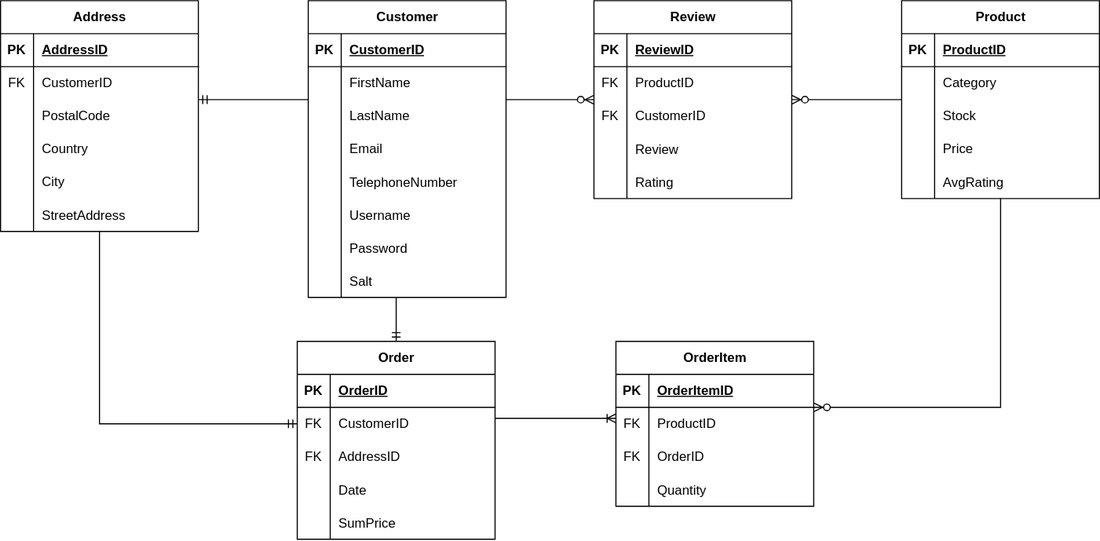
Earlier version of the draw.io export erd.svg (viktormandlbauer/webshop). Source tidied: cells renumbered, new cells last; positions are measured from the earlier drawing's top-left corner, leaving out a move shared by most shapes.
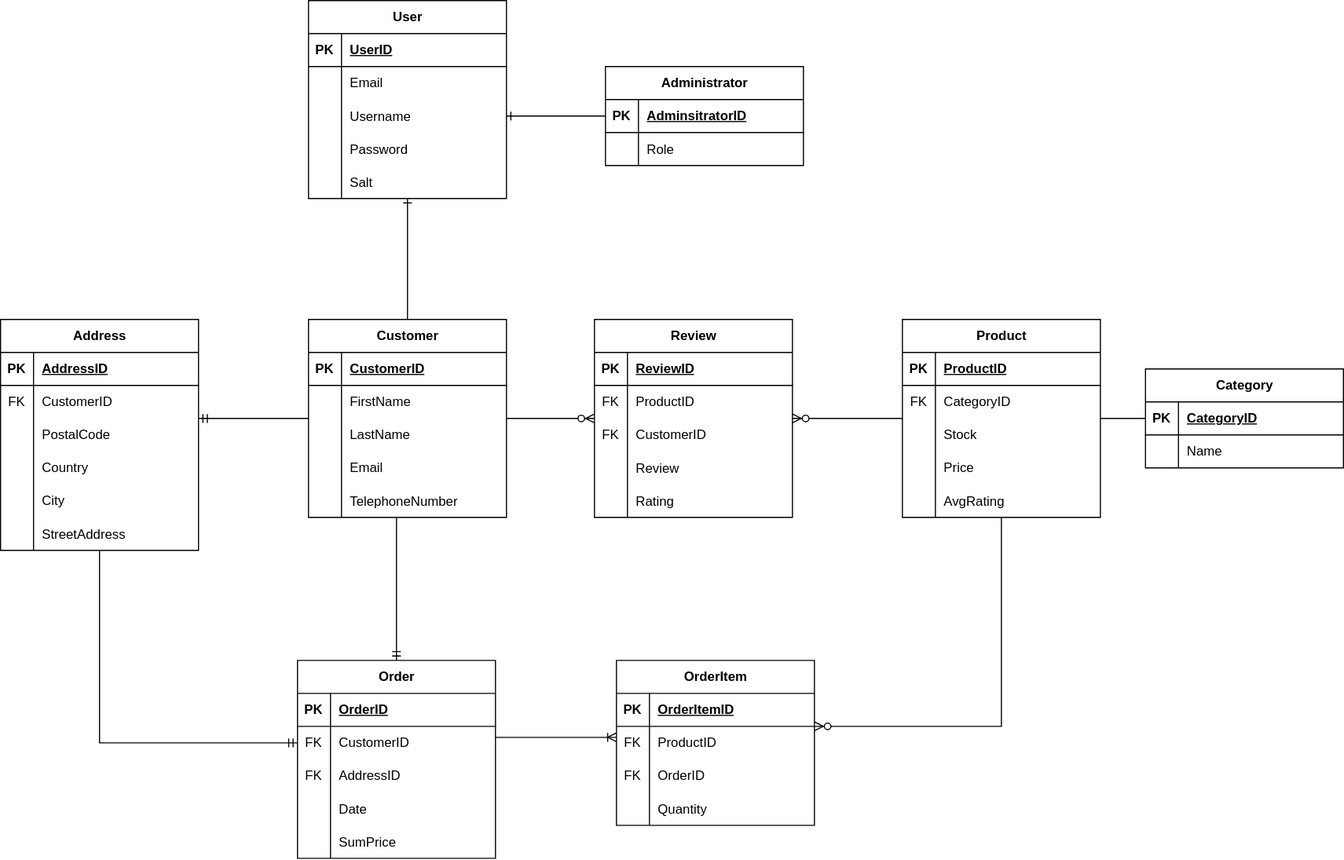
The same diagram one commit later.

What changed in the source:
```diff
@@ -17,10 +17,10 @@
     <mxCell id="6" style="shape=tableRow;horizontal=0;startSize=0;swimlaneHead=0;swimlaneBody=0;fillColor=none;top=0;left=0;right=0;bottom=0;" parent="2" vertex="1">
       <mxGeometry y="60" width="180" height="30" as="geometry" />
     </mxCell>
-    <mxCell id="7" style="shape=partialRectangle;fillColor=none;top=0;left=0;bottom=0;right=0;overflow=hidden;whiteSpace=wrap;html=1;" parent="6" vertex="1">
+    <mxCell id="7" value="FK" style="shape=partialRectangle;fillColor=none;top=0;left=0;bottom=0;right=0;overflow=hidden;whiteSpace=wrap;html=1;" parent="6" vertex="1">
       <mxGeometry width="30" height="30" as="geometry" />
     </mxCell>
-    <mxCell id="8" value="Category" style="shape=partialRectangle;fillColor=none;top=0;left=0;bottom=0;right=0;align=left;spacingLeft=6;overflow=hidden;whiteSpace=wrap;html=1;" parent="6" vertex="1">
+    <mxCell id="8" value="CategoryID" style="shape=partialRectangle;fillColor=none;top=0;left=0;bottom=0;right=0;align=left;spacingLeft=6;overflow=hidden;whiteSpace=wrap;html=1;" parent="6" vertex="1">
       <mxGeometry x="30" width="150" height="30" as="geometry" />
     </mxCell>
     <mxCell id="9" style="shape=tableRow;horizontal=0;startSize=0;swimlaneHead=0;swimlaneBody=0;fillColor=none;top=0;left=0;right=0;bottom=0;" parent="2" vertex="1">
@@ -138,7 +138,7 @@
       <mxGeometry x="30" width="150" height="30" as="geometry" />
     </mxCell>
     <mxCell id="47" value="Customer" style="shape=table;startSize=30;rowLines=0;fontStyle=1;align=center;html=1;" parent="1" vertex="1">
-      <mxGeometry x="280" width="180" height="270" as="geometry" />
+      <mxGeometry x="280" width="180" height="180" as="geometry" />
     </mxCell>
     <mxCell id="48" style="shape=tableRow;horizontal=0;startSize=0;swimlaneHead=0;swimlaneBody=0;fillColor=none;top=0;left=0;right=0;bottom=1;" parent="47" vertex="1">
       <mxGeometry y="30" width="180" height="30" as="geometry" />
@@ -185,33 +185,6 @@
     <mxCell id="62" value="TelephoneNumber" style="shape=partialRectangle;fillColor=none;top=0;left=0;bottom=0;right=0;align=left;spacingLeft=6;overflow=hidden;" parent="60" vertex="1">
       <mxGeometry x="30" width="150" height="30" as="geometry" />
     </mxCell>
-    <mxCell id="63" style="shape=tableRow;horizontal=0;startSize=0;swimlaneHead=0;swimlaneBody=0;fillColor=none;top=0;left=0;right=0;bottom=0;" parent="47" vertex="1">
-      <mxGeometry y="180" width="180" height="30" as="geometry" />
-    </mxCell>
-    <mxCell id="64" style="shape=partialRectangle;fillColor=none;top=0;left=0;bottom=0;right=0;overflow=hidden;" parent="63" vertex="1">
-      <mxGeometry width="30" height="30" as="geometry" />
-    </mxCell>
-    <mxCell id="65" value="Username" style="shape=partialRectangle;fillColor=none;top=0;left=0;bottom=0;right=0;align=left;spacingLeft=6;overflow=hidden;" parent="63" vertex="1">
-      <mxGeometry x="30" width="150" height="30" as="geometry" />
-    </mxCell>
-    <mxCell id="66" style="shape=tableRow;horizontal=0;startSize=0;swimlaneHead=0;swimlaneBody=0;fillColor=none;top=0;left=0;right=0;bottom=0;" parent="47" vertex="1">
-      <mxGeometry y="210" width="180" height="30" as="geometry" />
-    </mxCell>
-    <mxCell id="67" style="shape=partialRectangle;fillColor=none;top=0;left=0;bottom=0;right=0;overflow=hidden;" parent="66" vertex="1">
-      <mxGeometry width="30" height="30" as="geometry" />
-    </mxCell>
-    <mxCell id="68" value="Password" style="shape=partialRectangle;fillColor=none;top=0;left=0;bottom=0;right=0;align=left;spacingLeft=6;overflow=hidden;" parent="66" vertex="1">
-      <mxGeometry x="30" width="150" height="30" as="geometry" />
-    </mxCell>
-    <mxCell id="69" style="shape=tableRow;horizontal=0;startSize=0;swimlaneHead=0;swimlaneBody=0;fillColor=none;top=0;left=0;right=0;bottom=0;" parent="47" vertex="1">
-      <mxGeometry y="240" width="180" height="30" as="geometry" />
-    </mxCell>
-    <mxCell id="70" style="shape=partialRectangle;fillColor=none;top=0;left=0;bottom=0;right=0;overflow=hidden;" parent="69" vertex="1">
-      <mxGeometry width="30" height="30" as="geometry" />
-    </mxCell>
-    <mxCell id="71" value="Salt" style="shape=partialRectangle;fillColor=none;top=0;left=0;bottom=0;right=0;align=left;spacingLeft=6;overflow=hidden;" parent="69" vertex="1">
-      <mxGeometry x="30" width="150" height="30" as="geometry" />
-    </mxCell>
     <mxCell id="72" value="Review" style="shape=table;startSize=30;rowLines=0;fontStyle=1;align=center;html=1;" parent="1" vertex="1">
       <mxGeometry x="540" width="180" height="180" as="geometry" />
     </mxCell>
@@ -371,5 +344,109 @@
         </Array>
       </mxGeometry>
     </mxCell>
+    <mxCell id="114" value="Category" style="shape=table;startSize=30;rowLines=0;fontStyle=1;align=center;html=1;" parent="1" vertex="1">
+      <mxGeometry x="1041" y="45" width="180" height="90" as="geometry" />
+    </mxCell>
+    <mxCell id="115" style="shape=tableRow;horizontal=0;startSize=0;swimlaneHead=0;swimlaneBody=0;fillColor=none;top=0;left=0;right=0;bottom=1;" parent="114" vertex="1">
+      <mxGeometry y="30" width="180" height="30" as="geometry" />
+    </mxCell>
+    <mxCell id="116" value="PK" style="shape=partialRectangle;fillColor=none;top=0;left=0;bottom=0;right=0;fontStyle=1;overflow=hidden;whiteSpace=wrap;html=1;" parent="115" vertex="1">
+      <mxGeometry width="30" height="30" as="geometry" />
+    </mxCell>
+    <mxCell id="117" value="CategoryID" style="shape=partialRectangle;fillColor=none;top=0;left=0;bottom=0;right=0;align=left;spacingLeft=6;fontStyle=5;overflow=hidden;whiteSpace=wrap;html=1;" parent="115" vertex="1">
+      <mxGeometry x="30" width="150" height="30" as="geometry" />
+    </mxCell>
+    <mxCell id="118" style="shape=tableRow;horizontal=0;startSize=0;swimlaneHead=0;swimlaneBody=0;fillColor=none;top=0;left=0;right=0;bottom=0;" parent="114" vertex="1">
+      <mxGeometry y="60" width="180" height="30" as="geometry" />
+    </mxCell>
+    <mxCell id="119" style="shape=partialRectangle;fillColor=none;top=0;left=0;bottom=0;right=0;overflow=hidden;whiteSpace=wrap;html=1;" parent="118" vertex="1">
+      <mxGeometry width="30" height="30" as="geometry" />
+    </mxCell>
+    <mxCell id="120" value="Name" style="shape=partialRectangle;fillColor=none;top=0;left=0;bottom=0;right=0;align=left;spacingLeft=6;overflow=hidden;whiteSpace=wrap;html=1;" parent="118" vertex="1">
+      <mxGeometry x="30" width="150" height="30" as="geometry" />
+    </mxCell>
+    <mxCell id="121" style="endArrow=none;html=1;rounded=0;" parent="1" edge="1" source="2" target="114">
+      <mxGeometry relative="1" as="geometry" />
+    </mxCell>
+    <mxCell id="122" value="User" style="shape=table;startSize=30;rowLines=0;fontStyle=1;align=center;html=1;" parent="1" vertex="1">
+      <mxGeometry x="280" y="-290" width="180" height="180" as="geometry" />
+    </mxCell>
+    <mxCell id="123" style="shape=tableRow;horizontal=0;startSize=0;swimlaneHead=0;swimlaneBody=0;fillColor=none;top=0;left=0;right=0;bottom=1;" parent="122" vertex="1">
+      <mxGeometry y="30" width="180" height="30" as="geometry" />
+    </mxCell>
+    <mxCell id="124" value="PK" style="shape=partialRectangle;fillColor=none;top=0;left=0;bottom=0;right=0;fontStyle=1;overflow=hidden;whiteSpace=wrap;html=1;" parent="123" vertex="1">
+      <mxGeometry width="30" height="30" as="geometry" />
+    </mxCell>
+    <mxCell id="125" value="UserID" style="shape=partialRectangle;fillColor=none;top=0;left=0;bottom=0;right=0;align=left;spacingLeft=6;fontStyle=5;overflow=hidden;whiteSpace=wrap;html=1;" parent="123" vertex="1">
+      <mxGeometry x="30" width="150" height="30" as="geometry" />
+    </mxCell>
+    <mxCell id="126" style="shape=tableRow;horizontal=0;startSize=0;swimlaneHead=0;swimlaneBody=0;fillColor=none;top=0;left=0;right=0;bottom=0;" parent="122" vertex="1">
+      <mxGeometry y="60" width="180" height="30" as="geometry" />
+    </mxCell>
+    <mxCell id="127" style="shape=partialRectangle;fillColor=none;top=0;left=0;bottom=0;right=0;overflow=hidden;whiteSpace=wrap;html=1;" parent="126" vertex="1">
+      <mxGeometry width="30" height="30" as="geometry" />
+    </mxCell>
+    <mxCell id="128" value="Email" style="shape=partialRectangle;fillColor=none;top=0;left=0;bottom=0;right=0;align=left;spacingLeft=6;overflow=hidden;whiteSpace=wrap;html=1;" parent="126" vertex="1">
+      <mxGeometry x="30" width="150" height="30" as="geometry" />
+    </mxCell>
+    <mxCell id="129" style="shape=tableRow;horizontal=0;startSize=0;swimlaneHead=0;swimlaneBody=0;fillColor=none;points=[[0,0.5],[1,0.5]];portConstraint=eastwest;top=0;left=0;right=0;bottom=0;" parent="122" vertex="1">
+      <mxGeometry y="90" width="180" height="30" as="geometry" />
+    </mxCell>
+    <mxCell id="130" style="shape=partialRectangle;fillColor=none;top=0;left=0;bottom=0;right=0;overflow=hidden;" parent="129" vertex="1">
+      <mxGeometry width="30" height="30" as="geometry" />
+    </mxCell>
+    <mxCell id="65" value="Username" style="shape=partialRectangle;fillColor=none;top=0;left=0;bottom=0;right=0;align=left;spacingLeft=6;overflow=hidden;" parent="129" vertex="1">
+      <mxGeometry x="30" width="150" height="30" as="geometry" />
+    </mxCell>
+    <mxCell id="131" style="shape=tableRow;horizontal=0;startSize=0;swimlaneHead=0;swimlaneBody=0;fillColor=none;top=0;left=0;right=0;bottom=0;" parent="122" vertex="1">
+      <mxGeometry y="120" width="180" height="30" as="geometry" />
+    </mxCell>
+    <mxCell id="132" style="shape=partialRectangle;fillColor=none;top=0;left=0;bottom=0;right=0;overflow=hidden;" parent="131" vertex="1">
+      <mxGeometry width="30" height="30" as="geometry" />
+    </mxCell>
+    <mxCell id="68" value="Password" style="shape=partialRectangle;fillColor=none;top=0;left=0;bottom=0;right=0;align=left;spacingLeft=6;overflow=hidden;" parent="131" vertex="1">
+      <mxGeometry x="30" width="150" height="30" as="geometry" />
+    </mxCell>
+    <mxCell id="133" style="shape=tableRow;horizontal=0;startSize=0;swimlaneHead=0;swimlaneBody=0;fillColor=none;points=[[0,0.5],[1,0.5]];portConstraint=eastwest;top=0;left=0;right=0;bottom=0;" parent="122" vertex="1">
+      <mxGeometry y="150" width="180" height="30" as="geometry" />
+    </mxCell>
+    <mxCell id="134" style="shape=partialRectangle;fillColor=none;top=0;left=0;bottom=0;right=0;overflow=hidden;" parent="133" vertex="1">
+      <mxGeometry width="30" height="30" as="geometry" />
+    </mxCell>
+    <mxCell id="71" value="Salt" style="shape=partialRectangle;fillColor=none;top=0;left=0;bottom=0;right=0;align=left;spacingLeft=6;overflow=hidden;" parent="133" vertex="1">
+      <mxGeometry x="30" width="150" height="30" as="geometry" />
+    </mxCell>
+    <mxCell id="135" value="Administrator" style="shape=table;startSize=30;rowLines=0;fontStyle=1;align=center;html=1;" parent="1" vertex="1">
+      <mxGeometry x="550" y="-230" width="180" height="90" as="geometry" />
+    </mxCell>
+    <mxCell id="136" style="shape=tableRow;horizontal=0;startSize=0;swimlaneHead=0;swimlaneBody=0;fillColor=none;points=[[0,0.5],[1,0.5]];portConstraint=eastwest;top=0;left=0;right=0;bottom=1;" parent="135" vertex="1">
+      <mxGeometry y="30" width="180" height="30" as="geometry" />
+    </mxCell>
+    <mxCell id="137" value="PK" style="shape=partialRectangle;fillColor=none;top=0;left=0;bottom=0;right=0;fontStyle=1;overflow=hidden;whiteSpace=wrap;html=1;" parent="136" vertex="1">
+      <mxGeometry width="30" height="30" as="geometry" />
+    </mxCell>
+    <mxCell id="138" value="AdminsitratorID" style="shape=partialRectangle;fillColor=none;top=0;left=0;bottom=0;right=0;align=left;spacingLeft=6;fontStyle=5;overflow=hidden;whiteSpace=wrap;html=1;" parent="136" vertex="1">
+      <mxGeometry x="30" width="150" height="30" as="geometry" />
+    </mxCell>
+    <mxCell id="139" style="shape=tableRow;horizontal=0;startSize=0;swimlaneHead=0;swimlaneBody=0;fillColor=none;top=0;left=0;right=0;bottom=0;" parent="135" vertex="1">
+      <mxGeometry y="60" width="180" height="30" as="geometry" />
+    </mxCell>
+    <mxCell id="140" style="shape=partialRectangle;fillColor=none;top=0;left=0;bottom=0;right=0;overflow=hidden;" parent="139" vertex="1">
+      <mxGeometry width="30" height="30" as="geometry" />
+    </mxCell>
+    <mxCell id="141" value="Role" style="shape=partialRectangle;fillColor=none;top=0;left=0;bottom=0;right=0;align=left;spacingLeft=6;overflow=hidden;" parent="139" vertex="1">
+      <mxGeometry x="30" width="150" height="30" as="geometry" />
+    </mxCell>
+    <mxCell id="142" style="edgeStyle=orthogonalEdgeStyle;fontSize=12;html=1;endArrow=ERone;endFill=1;rounded=0;exitX=0.5;exitY=0;exitDx=0;exitDy=0;" parent="1" edge="1" source="47" target="133">
+      <mxGeometry relative="1" as="geometry">
+        <Array as="points">
+          <mxPoint x="370" y="-90" />
+          <mxPoint x="370" y="-90" />
+        </Array>
+      </mxGeometry>
+    </mxCell>
+    <mxCell id="143" style="edgeStyle=orthogonalEdgeStyle;fontSize=12;html=1;endArrow=ERone;endFill=1;rounded=0;exitX=0;exitY=0.5;exitDx=0;exitDy=0;entryX=1;entryY=0.5;entryDx=0;entryDy=0;" parent="1" edge="1" source="136" target="129">
+      <mxGeometry relative="1" as="geometry" />
+    </mxCell>
   </root>
 </mxGraphModel>
```
